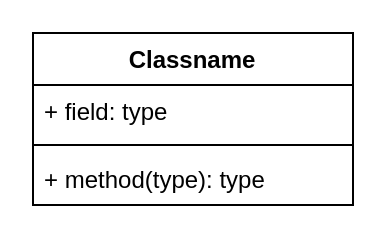
This is Untitled Diagram.drawio from muzixu/WordFinder, a draw.io file, before an edit. Source tidied: cells renumbered, new cells numbered last; positions are measured from the earlier drawing's top-left corner, leaving out a move shared by most shapes. Both pictures are drawn from the tidied source at 200%, with x=0, y=0 at pixel (32, 32).
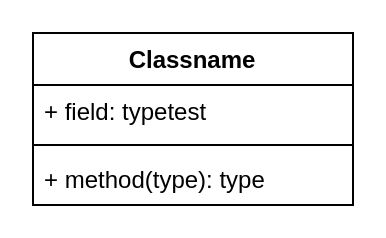
Above is the later version.

Change to the diagram source:
```diff
@@
 <mxGraphModel>
   <root>
     <mxCell id="0" />
     <mxCell id="1" parent="0" />
     <mxCell id="2" value="Classname" style="swimlane;fontStyle=1;align=center;verticalAlign=top;horizontal=1;startSize=26;" parent="1" vertex="1">
       <mxGeometry width="160" height="86" as="geometry" />
     </mxCell>
-    <mxCell id="3" value="+ field: type" style="text;strokeColor=none;fillColor=none;align=left;verticalAlign=top;spacingLeft=4;spacingRight=4;overflow=hidden;" parent="2" vertex="1">
+    <mxCell id="3" value="+ field: typetest&#10;&#10;" style="text;strokeColor=none;fillColor=none;align=left;verticalAlign=top;spacingLeft=4;spacingRight=4;overflow=hidden;" parent="2" vertex="1">
       <mxGeometry y="26" width="160" height="26" as="geometry" />
     </mxCell>
     <mxCell id="4" style="line;strokeWidth=1;fillColor=none;align=left;verticalAlign=middle;spacingTop=-1;spacingLeft=3;spacingRight=3;labelPosition=right;" parent="2" vertex="1">
       <mxGeometry y="52" width="160" height="8" as="geometry" />
     </mxCell>
     <mxCell id="5" value="+ method(type): type" style="text;strokeColor=none;fillColor=none;align=left;verticalAlign=top;spacingLeft=4;spacingRight=4;overflow=hidden;" parent="2" vertex="1">
       <mxGeometry y="60" width="160" height="26" as="geometry" />
     </mxCell>
   </root>
 </mxGraphModel>
```
